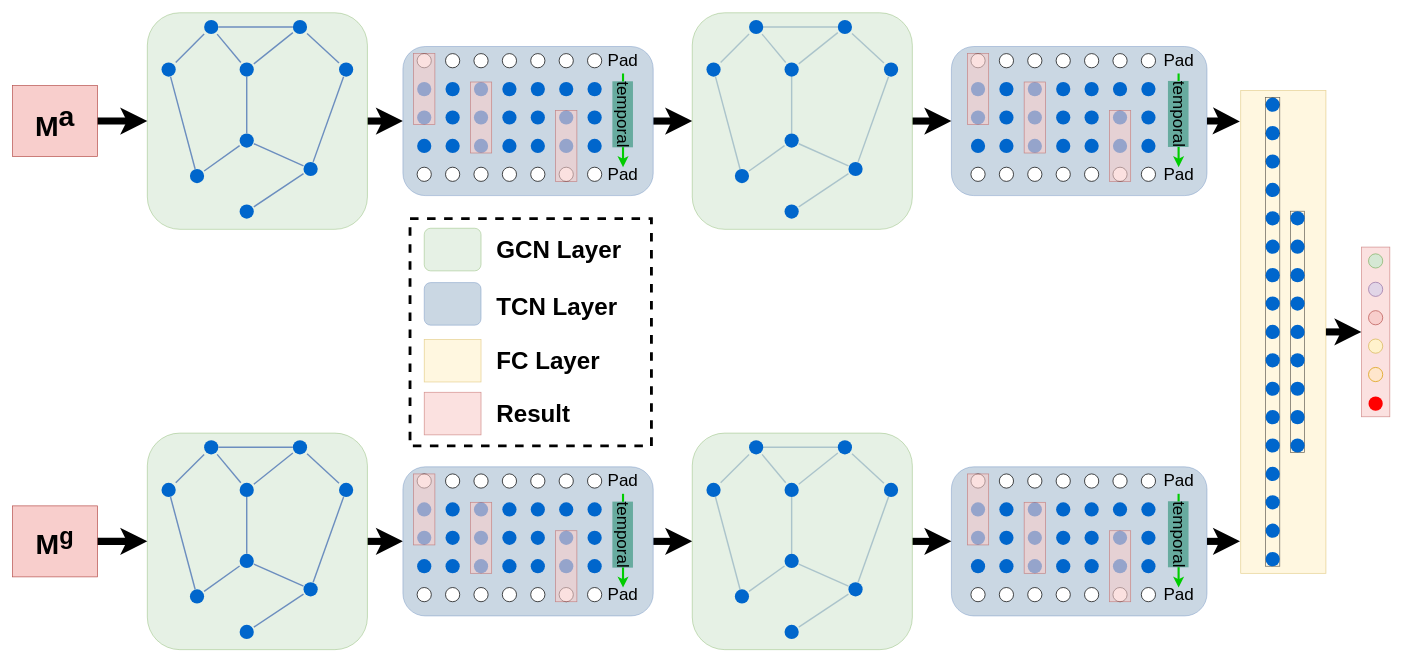
The draw.io diagram page "Page-1" (1 of 3) of FG4.drawio in 1009351456/Anonymous, before the edit. Source tidied: cells renumbered, new cells numbered last; positions are measured from the earlier drawing's top-left corner, leaving out a move shared by most shapes. Both pictures are drawn from the tidied source at 71%, with x=0, y=0 at pixel (12, 13).
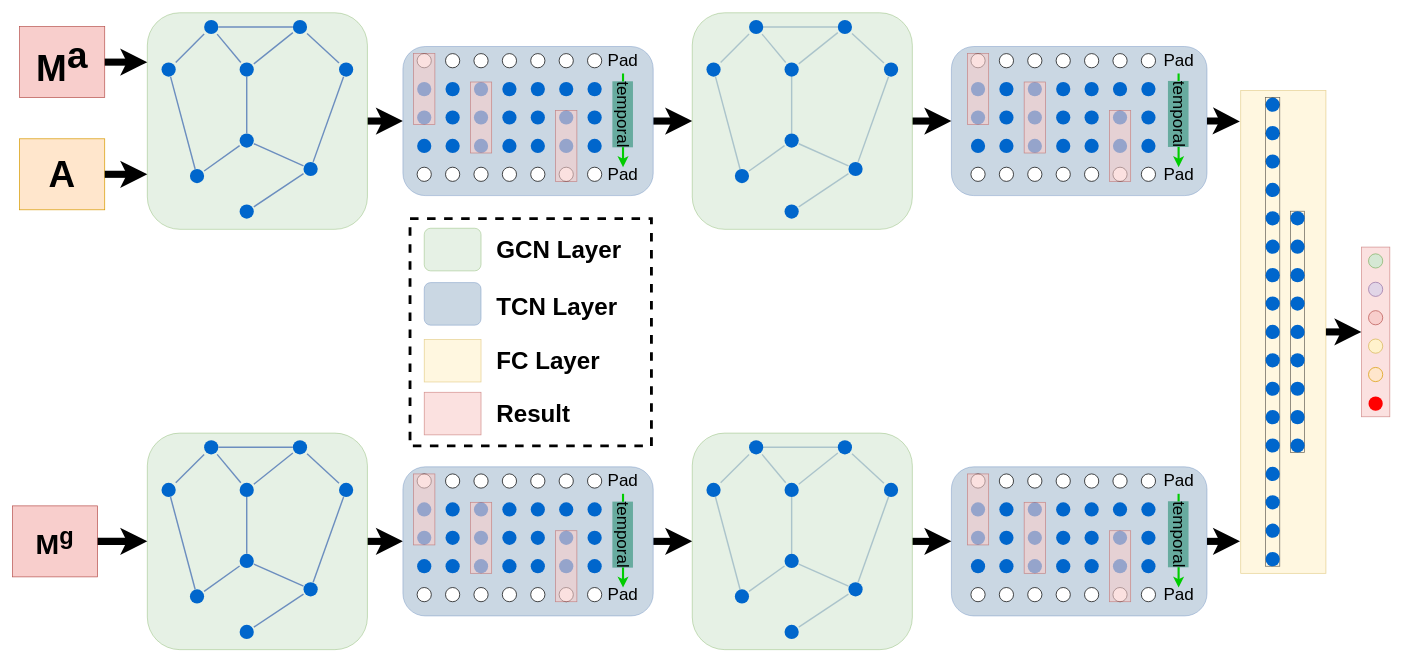
After the change.

Unchanged cells that the change refers to:
```xml
<mxCell id="5" style="rounded=1;whiteSpace=wrap;html=1;fillColor=#d5e8d4;strokeColor=#82b366;opacity=60;" parent="1" vertex="1">
  <mxGeometry x="190" y="-0.5" width="310" height="305" as="geometry" />
</mxCell>
```

Diff of the diagram source:
```diff
@@
-    <mxCell id="125" value="M&lt;sup style=&quot;font-size: 40px;&quot;&gt;a&lt;/sup&gt;" style="rounded=0;whiteSpace=wrap;html=1;fontSize=40;fillColor=#f8cecc;strokeColor=#b85450;fontStyle=1;" parent="1" vertex="1">
-      <mxGeometry y="102" width="120" height="100" as="geometry" />
+    <mxCell id="125" value="M&lt;sup style=&quot;font-size: 52px;&quot;&gt;a&lt;/sup&gt;" style="rounded=0;whiteSpace=wrap;html=1;fontSize=52;fillColor=#f8cecc;strokeColor=#b85450;fontStyle=1;" parent="1" vertex="1">
+      <mxGeometry x="10" y="19" width="120" height="100" as="geometry" />
     </mxCell>
@@
-    <mxCell id="177" style="edgeStyle=orthogonalEdgeStyle;rounded=0;jettySize=auto;html=1;strokeWidth=10;entryX=0;entryY=0.5;entryDx=0;entryDy=0;exitX=1;exitY=0.5;exitDx=0;exitDy=0;" parent="1" edge="1" source="125" target="5">
-      <mxGeometry relative="1" as="geometry" />
+    <mxCell id="177" style="edgeStyle=orthogonalEdgeStyle;rounded=0;jettySize=auto;html=1;strokeWidth=10;entryX=0;entryY=0.5;entryDx=0;entryDy=0;exitX=1;exitY=0.5;exitDx=0;exitDy=0;" parent="1" edge="1" source="125">
+      <mxGeometry relative="1" as="geometry">
+        <mxPoint x="190" y="69" as="targetPoint" />
+      </mxGeometry>
     </mxCell>
@@
+    <mxCell id="318" value="A" style="rounded=0;whiteSpace=wrap;html=1;fontSize=52;fillColor=#ffe6cc;strokeColor=#d79b00;fontStyle=1;" parent="1" vertex="1">
+      <mxGeometry x="10" y="177" width="120" height="100" as="geometry" />
+    </mxCell>
+    <mxCell id="319" style="edgeStyle=orthogonalEdgeStyle;rounded=0;jettySize=auto;html=1;strokeWidth=10;entryX=0;entryY=0.5;entryDx=0;entryDy=0;exitX=1;exitY=0.5;exitDx=0;exitDy=0;" parent="1" edge="1" source="318">
+      <mxGeometry relative="1" as="geometry">
+        <mxPoint x="190" y="227" as="targetPoint" />
+      </mxGeometry>
+    </mxCell>
```
